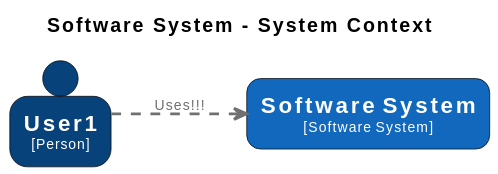
This is structurizer/schema.svg from denis-volnenko/asciidoc-examples, a PlantUML export, as it was before one commit. Its diagram source:
```plantuml
@startuml
set separator none
title Software System - System Context

left to right direction

skinparam {
  arrowFontSize 10
  defaultTextAlignment center
  wrapWidth 200
  maxMessageSize 100
}

hide stereotype

skinparam rectangle<<SoftwareSystem>> {
  BackgroundColor #1168bd
  FontColor #ffffff
  BorderColor #000000
  roundCorner 20
  shadowing false
}
skinparam person<<User1>> {
  BackgroundColor #08427b
  FontColor #ffffff
  BorderColor #000000
  shadowing false
}

person "==User1\n<size:10>[Person]</size>" <<User1>> as User1
rectangle "==Software System\n<size:10>[Software System]</size>" <<SoftwareSystem>> as SoftwareSystem

User1 .[#707070,thickness=2].> SoftwareSystem : "<color:#707070>Uses!!!"
@enduml
```
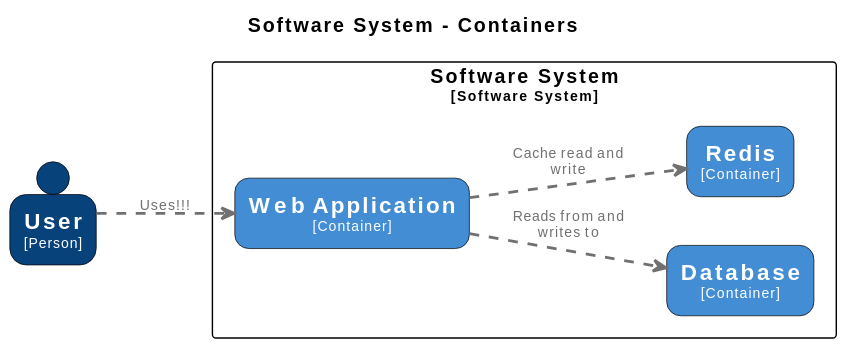
Later version of the same file.

Commit message:
Обновление проекта.

Diff of the diagram source:
```diff
@@ -1,6 +1,6 @@
 @startuml
 set separator none
-title Software System - System Context
+title Software System - Containers
 
 left to right direction
 
@@ -13,22 +13,48 @@
 
 hide stereotype
 
-skinparam rectangle<<SoftwareSystem>> {
-  BackgroundColor #1168bd
+skinparam rectangle<<SoftwareSystem.Database>> {
+  BackgroundColor #438dd5
   FontColor #ffffff
   BorderColor #000000
   roundCorner 20
   shadowing false
 }
-skinparam person<<User1>> {
+skinparam rectangle<<SoftwareSystem.Redis>> {
+  BackgroundColor #438dd5
+  FontColor #ffffff
+  BorderColor #000000
+  roundCorner 20
+  shadowing false
+}
+skinparam person<<User>> {
   BackgroundColor #08427b
   FontColor #ffffff
   BorderColor #000000
   shadowing false
 }
+skinparam rectangle<<SoftwareSystem.WebApplication>> {
+  BackgroundColor #438dd5
+  FontColor #ffffff
+  BorderColor #000000
+  roundCorner 20
+  shadowing false
+}
+skinparam rectangle<<SoftwareSystem>> {
+  BorderColor #000000
+  FontColor #000000
+  shadowing false
+}
 
-person "==User1\n<size:10>[Person]</size>" <<User1>> as User1
-rectangle "==Software System\n<size:10>[Software System]</size>" <<SoftwareSystem>> as SoftwareSystem
+person "==User\n<size:10>[Person]</size>" <<User>> as User
 
-User1 .[#707070,thickness=2].> SoftwareSystem : "<color:#707070>Uses!!!"
+rectangle "Software System\n<size:10>[Software System]</size>" <<SoftwareSystem>> {
+  rectangle "==Web Application\n<size:10>[Container]</size>" <<SoftwareSystem.WebApplication>> as SoftwareSystem.WebApplication
+  rectangle "==Database\n<size:10>[Container]</size>" <<SoftwareSystem.Database>> as SoftwareSystem.Database
+  rectangle "==Redis\n<size:10>[Container]</size>" <<SoftwareSystem.Redis>> as SoftwareSystem.Redis
+}
+
+User .[#707070,thickness=2].> SoftwareSystem.WebApplication : "<color:#707070>Uses!!!"
+SoftwareSystem.WebApplication .[#707070,thickness=2].> SoftwareSystem.Database : "<color:#707070>Reads from and writes to"
+SoftwareSystem.WebApplication .[#707070,thickness=2].> SoftwareSystem.Redis : "<color:#707070>Cache read and write"
 @enduml
```
